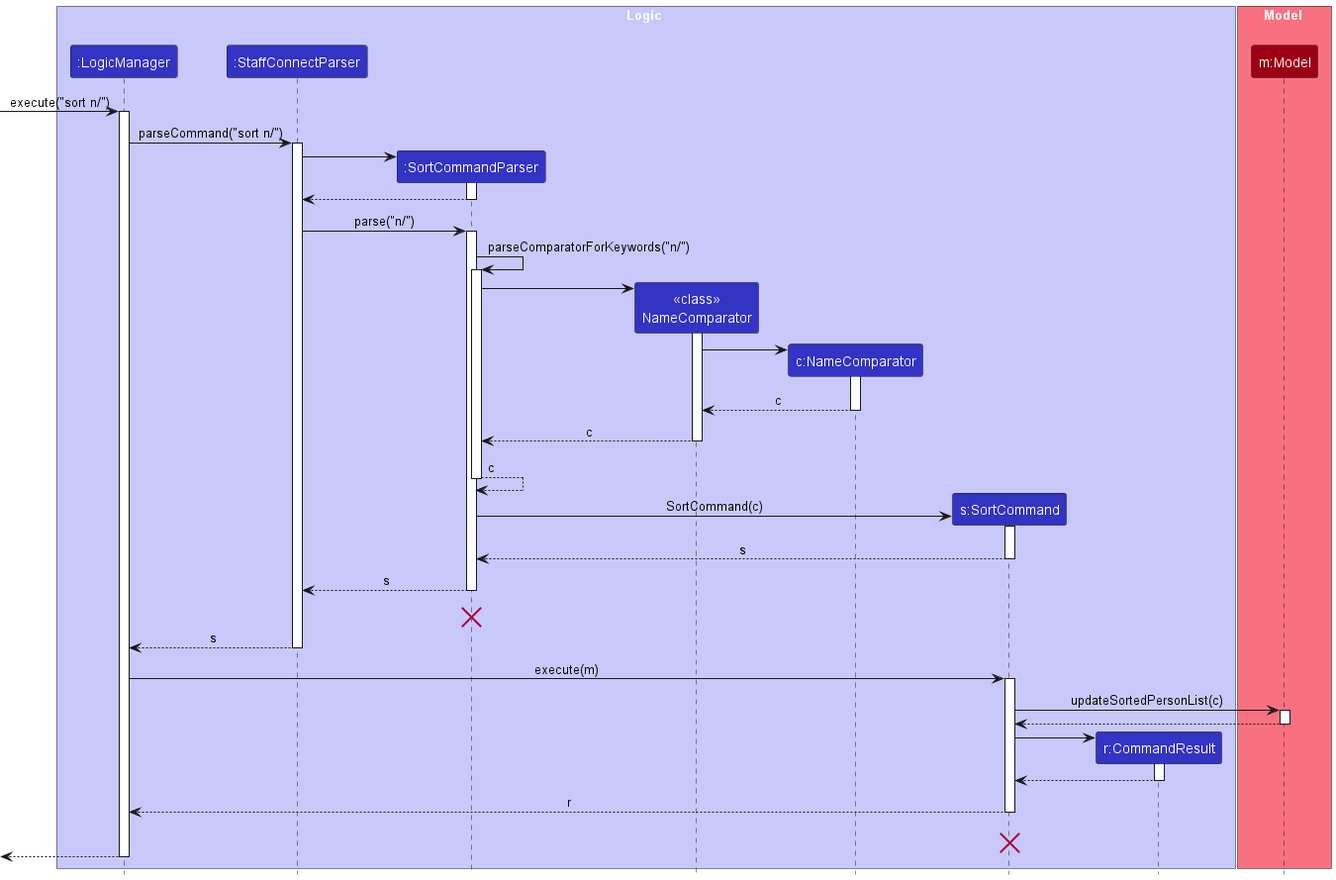
whitesnowx/tp keeps this PlantUML diagram as docs/images/SortSequenceDiagram.png. Above is the earlier version.
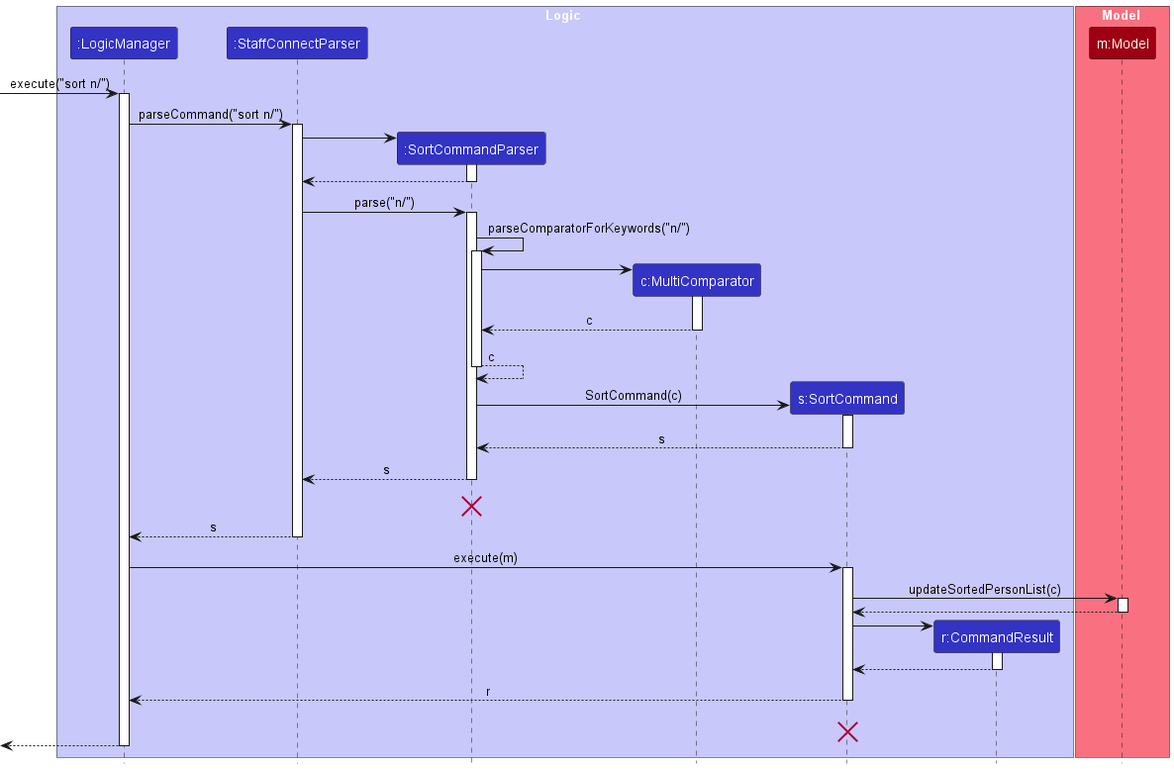
After the change.

Diff of the diagram source:
```diff
@@ -7,8 +7,7 @@
 participant ":LogicManager" as LogicManager LOGIC_COLOR
 participant ":StaffConnectParser" as StaffConnectParser LOGIC_COLOR
 participant ":SortCommandParser" as SortCommandParser LOGIC_COLOR
-participant "<<class>>\nNameComparator" as NameComparator LOGIC_COLOR
-participant "c:NameComparator" as NAME_COMPARATOR LOGIC_COLOR
+participant "c:MultiComparator" as MultiComparator LOGIC_COLOR
 participant "s:SortCommand" as SortCommand LOGIC_COLOR
 participant "r:CommandResult" as CommandResult LOGIC_COLOR
 end box
@@ -35,19 +34,13 @@
 SortCommandParser -> SortCommandParser : parseComparatorForKeywords("n/")
 activate SortCommandParser
 
-create NameComparator
-SortCommandParser -> NameComparator
-activate NameComparator
+create MultiComparator
+SortCommandParser -> MultiComparator
+activate MultiComparator
 
-create NAME_COMPARATOR
-NameComparator -> NAME_COMPARATOR
-activate NAME_COMPARATOR
+MultiComparator --> SortCommandParser : c
+deactivate MultiComparator
 
-NAME_COMPARATOR --> NameComparator : c
-deactivate NAME_COMPARATOR
-
-NameComparator --> SortCommandParser : c
-deactivate NameComparator
 SortCommandParser --> SortCommandParser : c
 deactivate SortCommandParser
 
```
